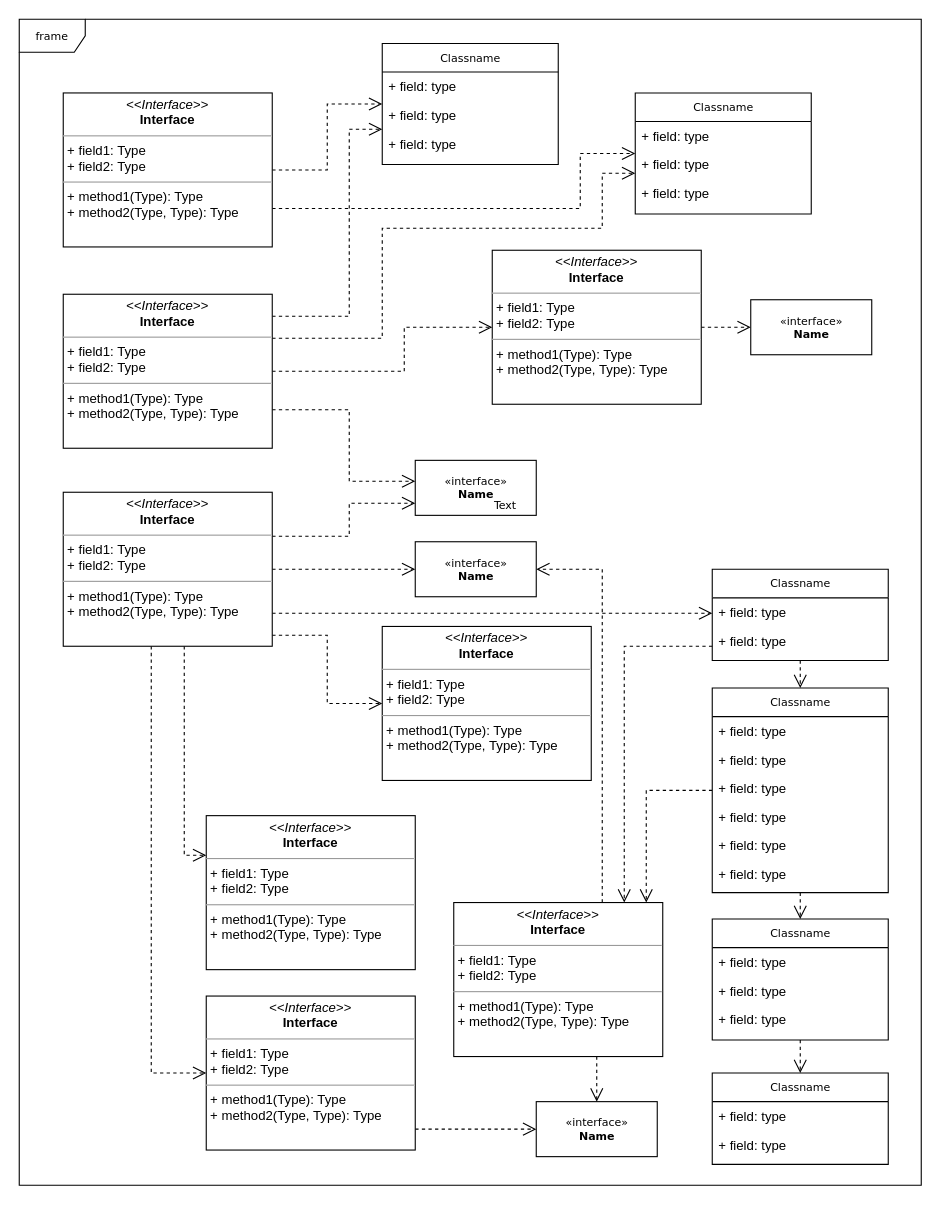
This is terceiromundo.drawio from Murilloxfogaca/Terceiro-Mundo-Futsal, a draw.io file, before an edit. Source tidied: cells renumbered, new cells numbered last; positions are measured from the earlier drawing's top-left corner, leaving out a move shared by most shapes. Both pictures are drawn from the tidied source at 110%, with x=0, y=0 at pixel (19, 19).
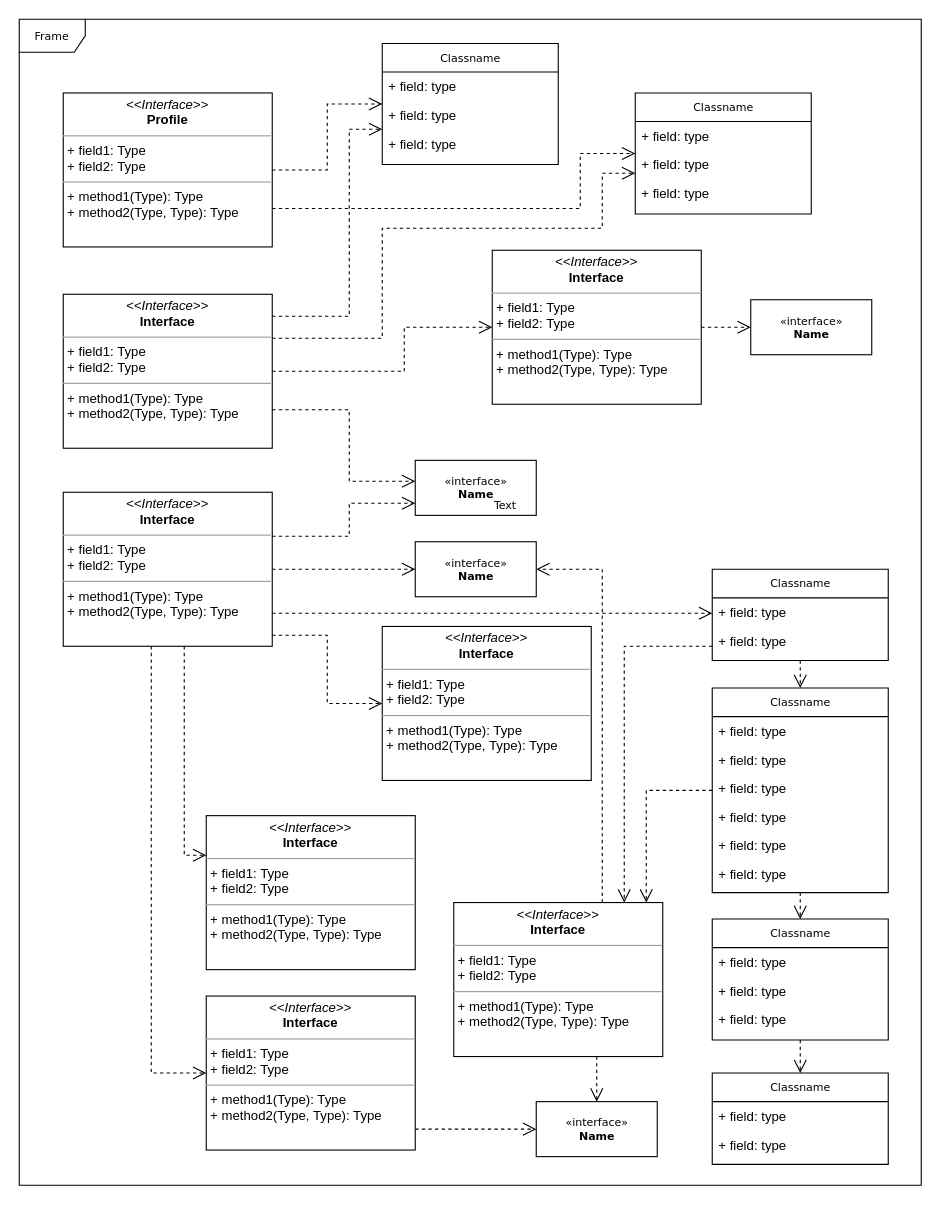
Above is the later version.

The edit, as a diff of the source:
```diff
@@
-    <mxCell id="2" value="frame" style="shape=umlFrame;whiteSpace=wrap;html=1;rounded=0;shadow=0;comic=0;labelBackgroundColor=none;strokeWidth=1;fontFamily=Verdana;fontSize=10;align=center;" parent="1" vertex="1">
+    <mxCell id="2" value="Frame" style="shape=umlFrame;whiteSpace=wrap;html=1;rounded=0;shadow=0;comic=0;labelBackgroundColor=none;strokeWidth=1;fontFamily=Verdana;fontSize=10;align=center;" parent="1" vertex="1">
       <mxGeometry width="820" height="1060" as="geometry" />
     </mxCell>
@@
-    <mxCell id="48" value="&lt;p style=&quot;margin:0px;margin-top:4px;text-align:center;&quot;&gt;&lt;i&gt;&amp;lt;&amp;lt;Interface&amp;gt;&amp;gt;&lt;/i&gt;&lt;br/&gt;&lt;b&gt;Interface&lt;/b&gt;&lt;/p&gt;&lt;hr size=&quot;1&quot;/&gt;&lt;p style=&quot;margin:0px;margin-left:4px;&quot;&gt;+ field1: Type&lt;br/&gt;+ field2: Type&lt;/p&gt;&lt;hr size=&quot;1&quot;/&gt;&lt;p style=&quot;margin:0px;margin-left:4px;&quot;&gt;+ method1(Type): Type&lt;br/&gt;+ method2(Type, Type): Type&lt;/p&gt;" style="verticalAlign=top;align=left;overflow=fill;fontSize=12;fontFamily=Helvetica;html=1;rounded=0;shadow=0;comic=0;labelBackgroundColor=none;strokeWidth=1;" parent="1" vertex="1">
+    <mxCell id="48" value="&lt;p style=&quot;margin:0px;margin-top:4px;text-align:center;&quot;&gt;&lt;i&gt;&amp;lt;&amp;lt;Interface&amp;gt;&amp;gt;&lt;br&gt;&lt;/i&gt;&lt;b&gt;Profile&lt;/b&gt;&lt;br&gt;&lt;/p&gt;&lt;hr size=&quot;1&quot;&gt;&lt;p style=&quot;margin:0px;margin-left:4px;&quot;&gt;+ field1: Type&lt;br&gt;+ field2: Type&lt;/p&gt;&lt;hr size=&quot;1&quot;&gt;&lt;p style=&quot;margin:0px;margin-left:4px;&quot;&gt;+ method1(Type): Type&lt;br&gt;+ method2(Type, Type): Type&lt;/p&gt;" style="verticalAlign=top;align=left;overflow=fill;fontSize=12;fontFamily=Helvetica;html=1;rounded=0;shadow=0;comic=0;labelBackgroundColor=none;strokeWidth=1;" parent="1" vertex="1">
       <mxGeometry x="40" y="67" width="190" height="140" as="geometry" />
     </mxCell>
```
